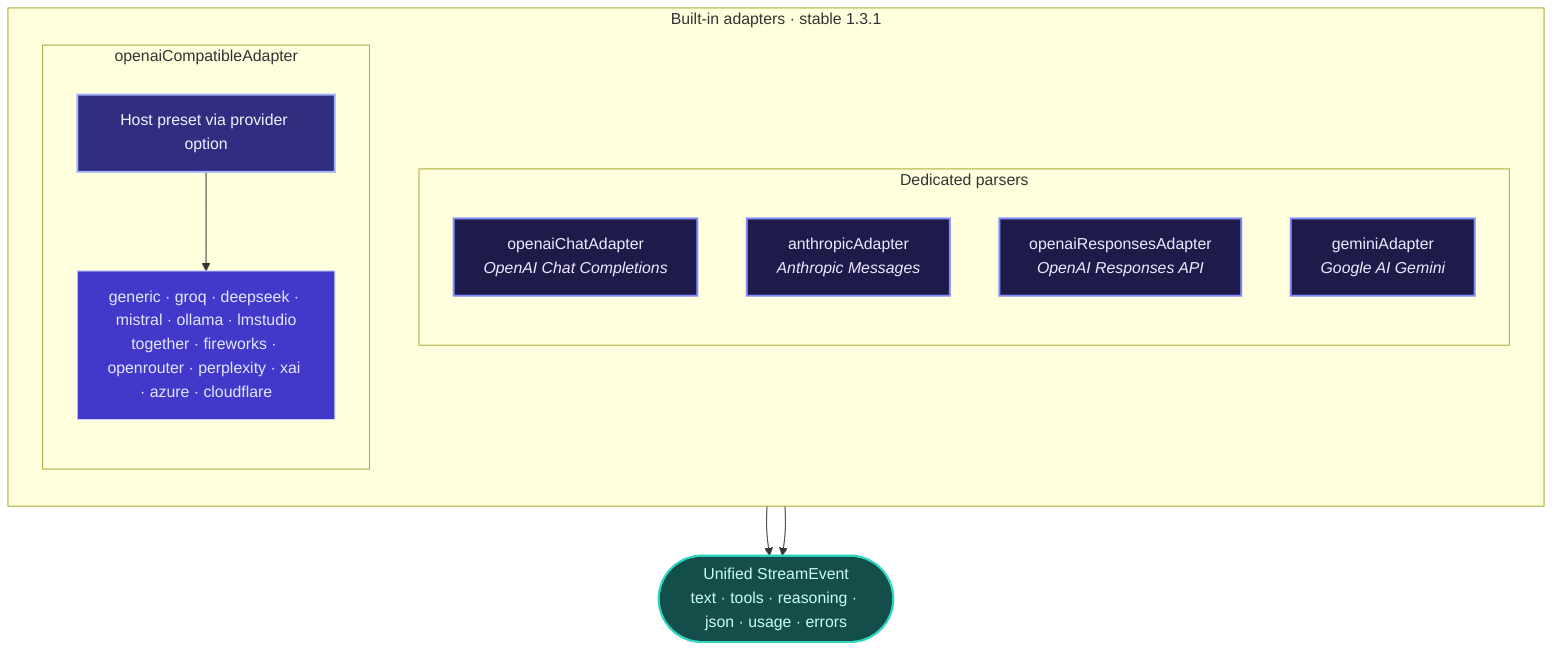
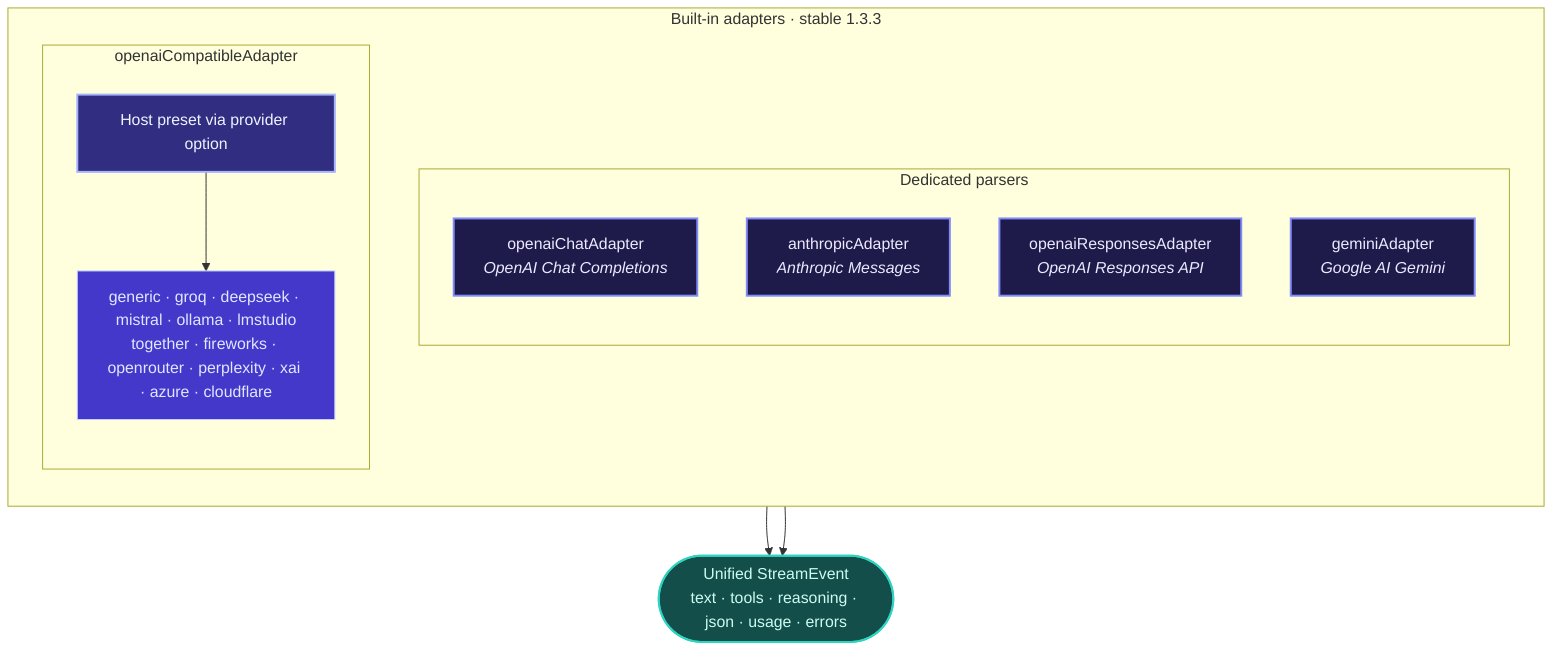
flowchart TB
- 	subgraph BUILTIN["Built-in adapters · stable 1.3.1"]
+ 	subgraph BUILTIN["Built-in adapters · stable 1.3.3"]
		direction TB

		subgraph DEDICATED["Dedicated parsers"]
			direction TB
			AC["openaiChatAdapter<br/><i>OpenAI Chat Completions</i>"]
			AA["anthropicAdapter<br/><i>Anthropic Messages</i>"]
			AR["openaiResponsesAdapter<br/><i>OpenAI Responses API</i>"]
			AG["geminiAdapter<br/><i>Google AI Gemini</i>"]
		end

		subgraph COMPAT["openaiCompatibleAdapter"]
			direction TB
			AO["Host preset via provider option"]
			PRESETS["generic · groq · deepseek · mistral · ollama · lmstudio<br/>together · fireworks · openrouter · perplexity · xai · azure · cloudflare"]
			AO --> PRESETS
		end
	end

	UNIFIED(["Unified StreamEvent<br/>text · tools · reasoning · json · usage · errors"])

	DEDICATED --> UNIFIED
	COMPAT --> UNIFIED

	classDef dedicated fill:#1e1b4b,stroke:#818cf8,stroke-width:2px,color:#ede9fe
	classDef compat fill:#312e81,stroke:#a5b4fc,stroke-width:2px,color:#eef2ff
	classDef presets fill:#4338ca,stroke:#c7d2fe,stroke-width:1px,color:#e0e7ff
	classDef out fill:#134e4a,stroke:#2dd4bf,stroke-width:2px,color:#ccfbf1

	class AC,AA,AR,AG dedicated
	class AO compat
	class PRESETS presets
	class UNIFIED out
